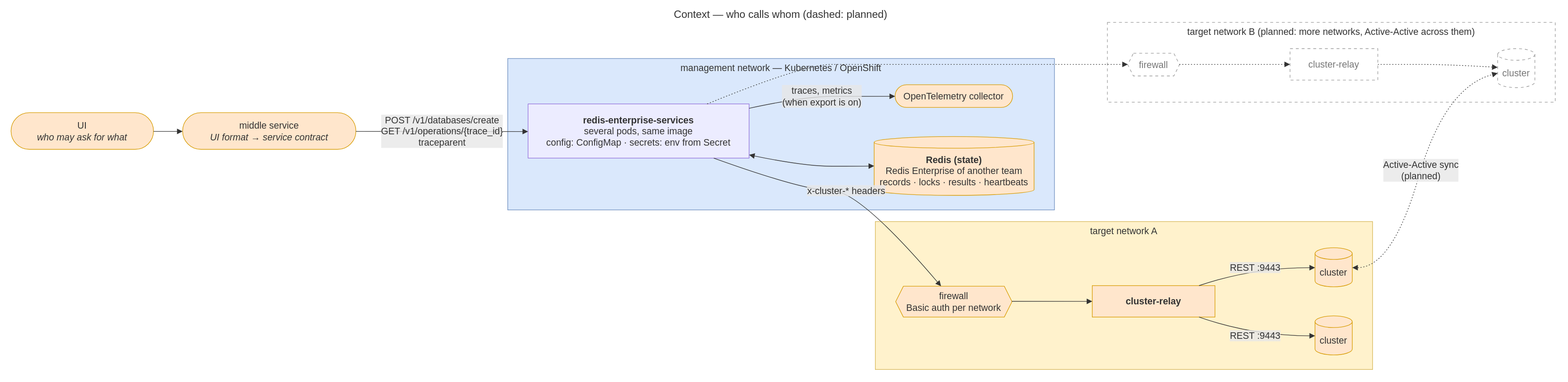
EliShteinman/redis-enterprise-services keeps this draw.io diagram as docs/diagrams/02-context.drawio.svg. Above is the earlier version. Source tidied: cells renumbered, new cells last; positions are measured from the earlier drawing's top-left corner, leaving out a move shared by most shapes.
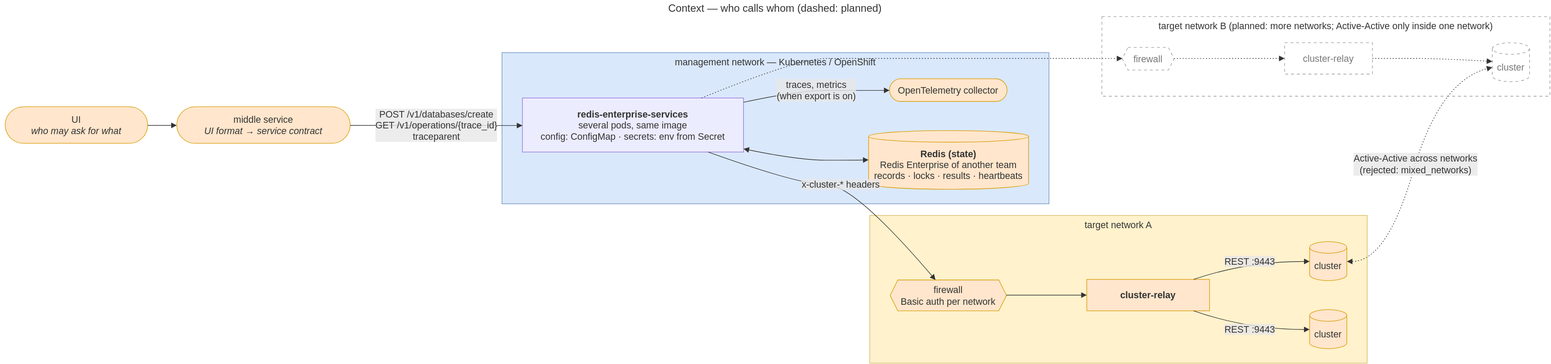
Later version of the same file.

Commit message:
docs(diagrams): Active-Active in the API models, preparation, context and layer diagrams

What changed in the source:
```diff
@@ -62,7 +62,7 @@
         </Array>
       </mxGeometry>
     </mxCell>
-    <mxCell id="16" value="target network B (planned: more networks, Active-Active across them)" style="html=1;whiteSpace=wrap;strokeWidth=1;verticalAlign=top;fillColor=default;strokeColor=#999;fontColor=light-dark(#333333,#cccccc);fontFamily=Trebuchet MS,Verdana,Arial,sans-serif;fontSize=16;dashed=1;dashPattern=5 5;fixDash=1;" parent="1" vertex="1">
+    <mxCell id="16" value="target network B (planned: more networks; Active-Active only inside one network)" style="html=1;whiteSpace=wrap;strokeWidth=1;verticalAlign=top;fillColor=default;strokeColor=#999;fontColor=light-dark(#333333,#cccccc);fontFamily=Trebuchet MS,Verdana,Arial,sans-serif;fontSize=16;dashed=1;dashPattern=5 5;fixDash=1;" parent="1" vertex="1">
       <mxGeometry x="1893" y="28" width="770" height="137" as="geometry" />
     </mxCell>
     <mxCell id="17" value="firewall" style="html=1;shape=hexagon;perimeter=hexagonPerimeter2;fixedSize=1;size=9.75;strokeWidth=1;whiteSpace=wrap;fillColor=default;strokeColor=#999;fontColor=#777;fontFamily=Trebuchet MS,Verdana,Arial,sans-serif;fontSize=16;dashed=1;dashPattern=5 5;fixDash=1;" parent="16" vertex="1">
@@ -117,7 +117,7 @@
         </Array>
       </mxGeometry>
     </mxCell>
-    <mxCell id="28" value="Active-Active sync&#10;(planned)" style="curved=1;dashed=1;dashPattern=2 3;fixDash=1;startArrow=block;startSize=7;endArrow=block;endSize=7;strokeColor=light-dark(#333333,#cccccc);html=1;fontSize=16;labelBackgroundColor=light-dark(#E8E8E88D,#2a2a2a8D);fontFamily=Trebuchet MS,Verdana,Arial,sans-serif;fontColor=light-dark(#333333,#cccccc);exitX=1;exitY=0.51;entryX=0;entryY=0.63;" parent="1" edge="1" source="12" target="19">
+    <mxCell id="28" value="Active-Active across networks&#10;(rejected: mixed_networks)" style="curved=1;dashed=1;dashPattern=2 3;fixDash=1;startArrow=block;startSize=7;endArrow=block;endSize=7;strokeColor=light-dark(#333333,#cccccc);html=1;fontSize=16;labelBackgroundColor=light-dark(#E8E8E88D,#2a2a2a8D);fontFamily=Trebuchet MS,Verdana,Arial,sans-serif;fontColor=light-dark(#333333,#cccccc);exitX=1;exitY=0.51;entryX=0;entryY=0.63;" parent="1" edge="1" source="12" target="19">
       <mxGeometry relative="1" as="geometry">
         <Array as="points">
           <mxPoint x="2383" y="449" />
```
